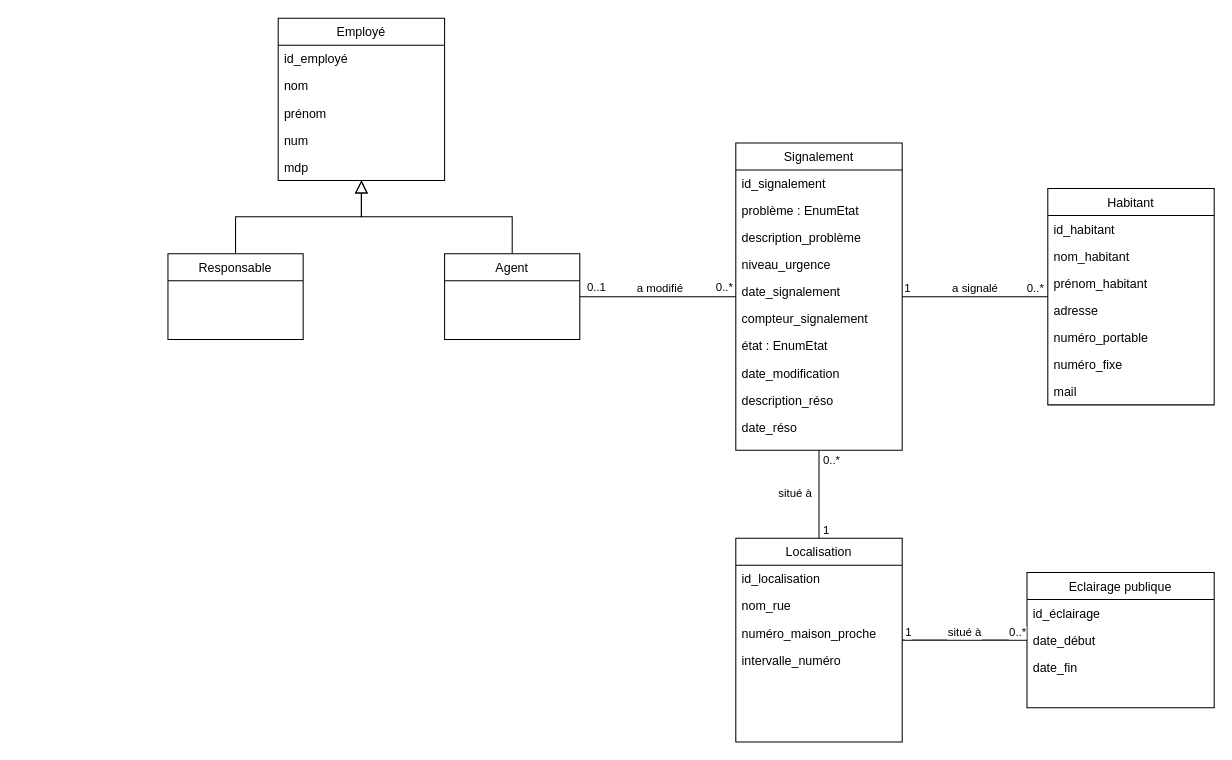
Earlier version of the draw.io diagram projet_v4.drawio (Igniiis/CSI_Projet). Source tidied: cells renumbered, new cells numbered last; positions are measured from the earlier drawing's top-left corner, leaving out a move shared by most shapes. Both pictures are drawn from the tidied source at 104%, with x=0, y=0 at pixel (167, 18).
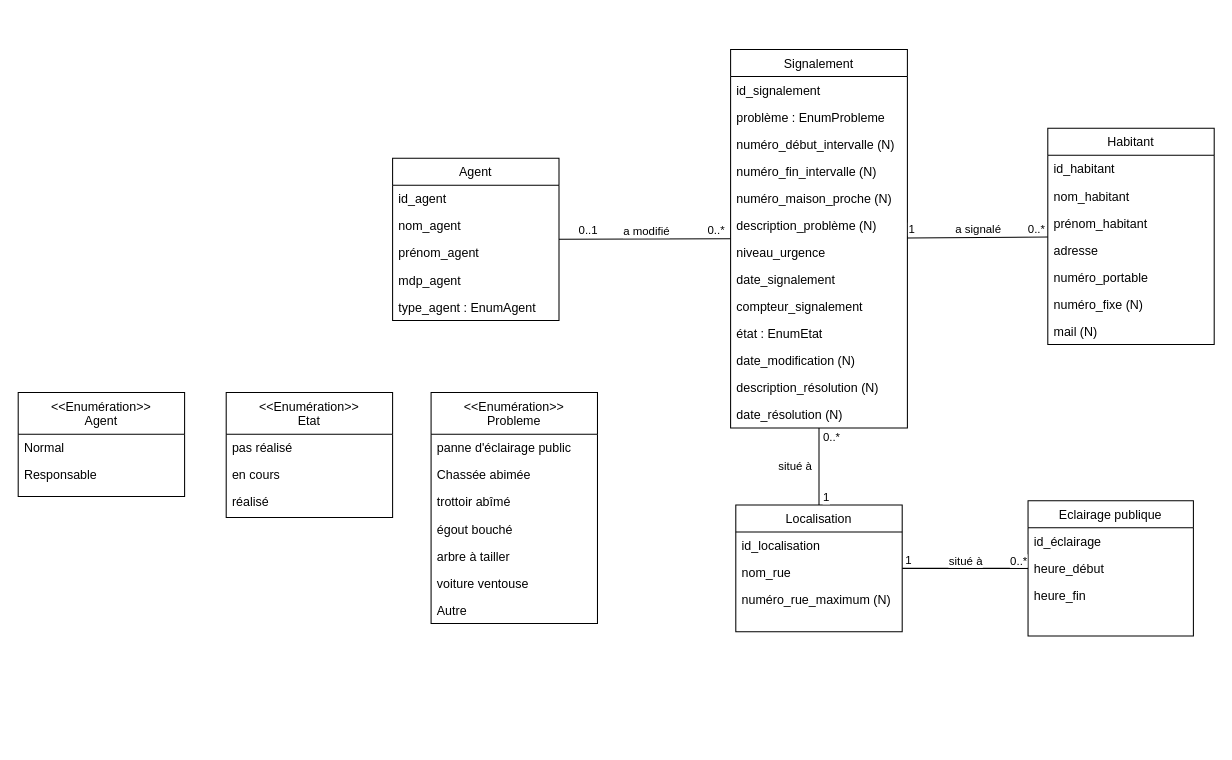
After the change.

Commit message:
Mettre à jour projet_v4.drawio

The change refers to these unchanged cells:
```xml
<mxCell id="27" style="endArrow=none;html=1;rounded=0;" parent="1" edge="1" source="3" target="14">
  <mxGeometry relative="1" as="geometry" />
</mxCell>
<mxCell id="48" style="endArrow=none;html=1;rounded=0;" parent="1" edge="1" source="43" target="23">
  <mxGeometry relative="1" as="geometry" />
</mxCell>
<mxCell id="52" style="endArrow=none;html=1;rounded=0;" parent="1" edge="1" source="43" target="3">
  <mxGeometry relative="1" as="geometry" />
</mxCell>
```

The edit, as a diff of the source:
```diff
@@
-    <mxCell id="2" style="endArrow=block;endSize=10;endFill=0;shadow=0;strokeWidth=1;rounded=0;edgeStyle=elbowEdgeStyle;elbow=vertical;" parent="1" edge="1" source="22" target="35">
-      <mxGeometry relative="1" as="geometry" />
-    </mxCell>
     <mxCell id="3" value="Signalement" style="swimlane;fontStyle=0;align=center;verticalAlign=top;horizontal=1;startSize=26;rounded=0;shadow=0;strokeWidth=1;" parent="1" vertex="1">
-      <mxGeometry x="546" y="120" width="160" height="295.5" as="geometry" />
+      <mxGeometry x="541" y="30" width="170" height="364" as="geometry" />
     </mxCell>
     <mxCell id="4" value="id_signalement" style="text;align=left;verticalAlign=top;spacingLeft=4;spacingRight=4;overflow=hidden;" parent="3" vertex="1">
-      <mxGeometry y="26" width="160" height="26" as="geometry" />
+      <mxGeometry y="26" width="170" height="26" as="geometry" />
     </mxCell>
-    <mxCell id="5" value="problème : EnumEtat" style="text;align=left;verticalAlign=top;spacingLeft=4;spacingRight=4;overflow=hidden;rounded=0;shadow=0;html=0;" parent="3" vertex="1">
-      <mxGeometry y="52" width="160" height="26" as="geometry" />
+    <mxCell id="5" value="problème : EnumProbleme" style="text;align=left;verticalAlign=top;spacingLeft=4;spacingRight=4;overflow=hidden;rounded=0;shadow=0;html=0;" parent="3" vertex="1">
+      <mxGeometry y="52" width="170" height="26" as="geometry" />
     </mxCell>
+    <mxCell id="56" value="numéro_début_intervalle (N)" style="text;align=left;verticalAlign=top;spacingLeft=4;spacingRight=4;overflow=hidden;" parent="3" vertex="1">
+      <mxGeometry y="78" width="170" height="26" as="geometry" />
+    </mxCell>
+    <mxCell id="57" value="numéro_fin_intervalle (N)" style="text;align=left;verticalAlign=top;spacingLeft=4;spacingRight=4;overflow=hidden;" parent="3" vertex="1">
+      <mxGeometry y="104" width="170" height="26" as="geometry" />
+    </mxCell>
+    <mxCell id="46" value="numéro_maison_proche (N)" style="text;align=left;verticalAlign=top;spacingLeft=4;spacingRight=4;overflow=hidden;rounded=0;shadow=0;html=0;" parent="3" vertex="1">
+      <mxGeometry y="130" width="170" height="26" as="geometry" />
+    </mxCell>
-    <mxCell id="6" value="description_problème" style="text;align=left;verticalAlign=top;spacingLeft=4;spacingRight=4;overflow=hidden;rounded=0;shadow=0;html=0;" parent="3" vertex="1">
-      <mxGeometry y="78" width="160" height="26" as="geometry" />
+    <mxCell id="6" value="description_problème (N)" style="text;align=left;verticalAlign=top;spacingLeft=4;spacingRight=4;overflow=hidden;rounded=0;shadow=0;html=0;" parent="3" vertex="1">
+      <mxGeometry y="156" width="170" height="26" as="geometry" />
     </mxCell>
     <mxCell id="7" value="niveau_urgence" style="text;align=left;verticalAlign=top;spacingLeft=4;spacingRight=4;overflow=hidden;" parent="3" vertex="1">
-      <mxGeometry y="104" width="160" height="26" as="geometry" />
+      <mxGeometry y="182" width="170" height="26" as="geometry" />
     </mxCell>
     <mxCell id="8" value="date_signalement" style="text;align=left;verticalAlign=top;spacingLeft=4;spacingRight=4;overflow=hidden;" parent="3" vertex="1">
-      <mxGeometry y="130" width="160" height="26" as="geometry" />
+      <mxGeometry y="208" width="170" height="26" as="geometry" />
     </mxCell>
     <mxCell id="9" value="compteur_signalement" style="text;align=left;verticalAlign=top;spacingLeft=4;spacingRight=4;overflow=hidden;" parent="3" vertex="1">
-      <mxGeometry y="156" width="160" height="26" as="geometry" />
+      <mxGeometry y="234" width="170" height="26" as="geometry" />
     </mxCell>
     <mxCell id="10" value="état : EnumEtat" style="text;align=left;verticalAlign=top;spacingLeft=4;spacingRight=4;overflow=hidden;" parent="3" vertex="1">
-      <mxGeometry y="182" width="160" height="26" as="geometry" />
+      <mxGeometry y="260" width="170" height="26" as="geometry" />
     </mxCell>
-    <mxCell id="11" value="date_modification" style="text;align=left;verticalAlign=top;spacingLeft=4;spacingRight=4;overflow=hidden;" parent="3" vertex="1">
-      <mxGeometry y="208" width="160" height="26" as="geometry" />
+    <mxCell id="11" value="date_modification (N)" style="text;align=left;verticalAlign=top;spacingLeft=4;spacingRight=4;overflow=hidden;" parent="3" vertex="1">
+      <mxGeometry y="286" width="170" height="26" as="geometry" />
     </mxCell>
-    <mxCell id="12" value="description_réso" style="text;align=left;verticalAlign=top;spacingLeft=4;spacingRight=4;overflow=hidden;" parent="3" vertex="1">
-      <mxGeometry y="234" width="160" height="26" as="geometry" />
+    <mxCell id="12" value="description_résolution (N)" style="text;align=left;verticalAlign=top;spacingLeft=4;spacingRight=4;overflow=hidden;" parent="3" vertex="1">
+      <mxGeometry y="312" width="170" height="26" as="geometry" />
     </mxCell>
-    <mxCell id="13" value="date_réso" style="text;align=left;verticalAlign=top;spacingLeft=4;spacingRight=4;overflow=hidden;" parent="3" vertex="1">
-      <mxGeometry y="260" width="160" height="26" as="geometry" />
+    <mxCell id="13" value="date_résolution (N)" style="text;align=left;verticalAlign=top;spacingLeft=4;spacingRight=4;overflow=hidden;" parent="3" vertex="1">
+      <mxGeometry y="338" width="170" height="26" as="geometry" />
     </mxCell>
     <mxCell id="14" value="Habitant" style="swimlane;fontStyle=0;align=center;verticalAlign=top;horizontal=1;startSize=26;rounded=0;shadow=0;strokeWidth=1;" parent="1" vertex="1">
-      <mxGeometry x="846" y="163.8" width="160" height="208" as="geometry" />
+      <mxGeometry x="846" y="105.8" width="160" height="208" as="geometry" />
     </mxCell>
@@
-    <mxCell id="20" value="numéro_fixe" style="text;align=left;verticalAlign=top;spacingLeft=4;spacingRight=4;overflow=hidden;" parent="14" vertex="1">
+    <mxCell id="20" value="numéro_fixe (N)" style="text;align=left;verticalAlign=top;spacingLeft=4;spacingRight=4;overflow=hidden;" parent="14" vertex="1">
       <mxGeometry y="156" width="160" height="26" as="geometry" />
     </mxCell>
-    <mxCell id="21" value="mail" style="text;align=left;verticalAlign=top;spacingLeft=4;spacingRight=4;overflow=hidden;" parent="14" vertex="1">
+    <mxCell id="21" value="mail (N)" style="text;align=left;verticalAlign=top;spacingLeft=4;spacingRight=4;overflow=hidden;" parent="14" vertex="1">
       <mxGeometry y="182" width="160" height="26" as="geometry" />
     </mxCell>
-    <mxCell id="22" value="Agent" style="swimlane;fontStyle=0;align=center;verticalAlign=top;horizontal=1;startSize=26;rounded=0;shadow=0;strokeWidth=1;" parent="1" vertex="1">
-      <mxGeometry x="266" y="226.5" width="130" height="82.5" as="geometry" />
-    </mxCell>
     <mxCell id="23" value="Eclairage publique" style="swimlane;fontStyle=0;align=center;verticalAlign=top;horizontal=1;startSize=26;rounded=0;shadow=0;strokeWidth=1;" parent="1" vertex="1">
-      <mxGeometry x="826" y="533" width="180" height="130" as="geometry" />
+      <mxGeometry x="827" y="464" width="159" height="130" as="geometry" />
     </mxCell>
     <mxCell id="24" value="id_éclairage" style="text;align=left;verticalAlign=top;spacingLeft=4;spacingRight=4;overflow=hidden;" parent="23" vertex="1">
-      <mxGeometry y="26" width="180" height="26" as="geometry" />
+      <mxGeometry y="26" width="159" height="26" as="geometry" />
     </mxCell>
-    <mxCell id="25" value="date_début" style="text;align=left;verticalAlign=top;spacingLeft=4;spacingRight=4;overflow=hidden;rounded=0;shadow=0;html=0;" parent="23" vertex="1">
-      <mxGeometry y="52" width="180" height="26" as="geometry" />
+    <mxCell id="25" value="heure_début" style="text;align=left;verticalAlign=top;spacingLeft=4;spacingRight=4;overflow=hidden;rounded=0;shadow=0;html=0;" parent="23" vertex="1">
+      <mxGeometry y="52" width="159" height="26" as="geometry" />
     </mxCell>
-    <mxCell id="26" value="date_fin" style="text;align=left;verticalAlign=top;spacingLeft=4;spacingRight=4;overflow=hidden;rounded=0;shadow=0;html=0;" parent="23" vertex="1">
-      <mxGeometry y="78" width="180" height="26" as="geometry" />
+    <mxCell id="26" value="heure_fin" style="text;align=left;verticalAlign=top;spacingLeft=4;spacingRight=4;overflow=hidden;rounded=0;shadow=0;html=0;" parent="23" vertex="1">
+      <mxGeometry y="78" width="159" height="26" as="geometry" />
     </mxCell>
@@
     <mxCell id="28" value="1" style="edgeLabel;html=1;align=center;verticalAlign=middle;" parent="27" vertex="1">
       <mxGeometry x="0.76" y="1" relative="1" as="geometry">
-        <mxPoint x="-119" y="-7" as="offset" />
+        <mxPoint x="-115" y="-7" as="offset" />
       </mxGeometry>
     </mxCell>
@@
-    <mxCell id="31" style="endArrow=none;html=1;rounded=0;" parent="1" edge="1" source="22" target="3">
+    <mxCell id="31" style="endArrow=none;html=1;rounded=0;" parent="1" edge="1" source="35" target="3">
       <mxGeometry relative="1" as="geometry" />
     </mxCell>
@@
-    <mxCell id="35" value="Employé" style="swimlane;fontStyle=0;align=center;verticalAlign=top;horizontal=1;startSize=26;rounded=0;shadow=0;strokeWidth=1;" parent="1" vertex="1">
-      <mxGeometry x="106" width="160" height="156" as="geometry" />
+    <mxCell id="35" value="Agent" style="swimlane;fontStyle=0;align=center;verticalAlign=top;horizontal=1;startSize=26;rounded=0;shadow=0;strokeWidth=1;" parent="1" vertex="1">
+      <mxGeometry x="216" y="134.6" width="160" height="156" as="geometry" />
     </mxCell>
-    <mxCell id="36" value="id_employé" style="text;align=left;verticalAlign=top;spacingLeft=4;spacingRight=4;overflow=hidden;" parent="35" vertex="1">
+    <mxCell id="36" value="id_agent" style="text;align=left;verticalAlign=top;spacingLeft=4;spacingRight=4;overflow=hidden;" parent="35" vertex="1">
       <mxGeometry y="26" width="160" height="26" as="geometry" />
     </mxCell>
-    <mxCell id="37" value="nom" style="text;align=left;verticalAlign=top;spacingLeft=4;spacingRight=4;overflow=hidden;" parent="35" vertex="1">
+    <mxCell id="37" value="nom_agent" style="text;align=left;verticalAlign=top;spacingLeft=4;spacingRight=4;overflow=hidden;" parent="35" vertex="1">
       <mxGeometry y="52" width="160" height="26" as="geometry" />
     </mxCell>
-    <mxCell id="38" value="prénom" style="text;align=left;verticalAlign=top;spacingLeft=4;spacingRight=4;overflow=hidden;" parent="35" vertex="1">
+    <mxCell id="38" value="prénom_agent" style="text;align=left;verticalAlign=top;spacingLeft=4;spacingRight=4;overflow=hidden;" parent="35" vertex="1">
       <mxGeometry y="78" width="160" height="26" as="geometry" />
     </mxCell>
-    <mxCell id="39" value="num" style="text;align=left;verticalAlign=top;spacingLeft=4;spacingRight=4;overflow=hidden;" parent="35" vertex="1">
-      <mxGeometry y="104" width="160" height="26" as="geometry" />
-    </mxCell>
-    <mxCell id="40" value="mdp" style="text;align=left;verticalAlign=top;spacingLeft=4;spacingRight=4;overflow=hidden;" parent="35" vertex="1">
-      <mxGeometry y="130" width="160" height="26" as="geometry" />
+    <mxCell id="40" value="mdp_agent" style="text;align=left;verticalAlign=top;spacingLeft=4;spacingRight=4;overflow=hidden;" parent="35" vertex="1">
+      <mxGeometry y="104" width="160" height="26" as="geometry" />
     </mxCell>
-    <mxCell id="41" style="endArrow=block;endSize=10;endFill=0;shadow=0;strokeWidth=1;rounded=0;edgeStyle=elbowEdgeStyle;elbow=vertical;" parent="1" edge="1" source="42" target="35">
-      <mxGeometry relative="1" as="geometry" />
-    </mxCell>
-    <mxCell id="42" value="Responsable" style="swimlane;fontStyle=0;align=center;verticalAlign=top;horizontal=1;startSize=26;rounded=0;shadow=0;strokeWidth=1;" parent="1" vertex="1">
-      <mxGeometry y="226.5" width="130" height="82.5" as="geometry" />
-    </mxCell>
+    <mxCell id="58" value="type_agent : EnumAgent" style="text;align=left;verticalAlign=top;spacingLeft=4;spacingRight=4;overflow=hidden;" parent="35" vertex="1">
+      <mxGeometry y="130" width="160" height="26" as="geometry" />
+    </mxCell>
     <mxCell id="43" value="Localisation" style="swimlane;fontStyle=0;align=center;verticalAlign=top;horizontal=1;startSize=26;rounded=0;shadow=0;strokeWidth=1;" parent="1" vertex="1">
-      <mxGeometry x="546" y="500" width="160" height="196" as="geometry" />
+      <mxGeometry x="546" y="468" width="160" height="122" as="geometry" />
     </mxCell>
@@
-    <mxCell id="46" value="numéro_maison_proche" style="text;align=left;verticalAlign=top;spacingLeft=4;spacingRight=4;overflow=hidden;rounded=0;shadow=0;html=0;" parent="43" vertex="1">
-      <mxGeometry y="78" width="160" height="26" as="geometry" />
-    </mxCell>
-    <mxCell id="47" value="intervalle_numéro" style="text;align=left;verticalAlign=top;spacingLeft=4;spacingRight=4;overflow=hidden;rounded=0;shadow=0;html=0;" parent="43" vertex="1">
-      <mxGeometry y="104" width="160" height="26" as="geometry" />
-    </mxCell>
+    <mxCell id="59" value="numéro_rue_maximum (N)" style="text;align=left;verticalAlign=top;spacingLeft=4;spacingRight=4;overflow=hidden;" parent="43" vertex="1">
+      <mxGeometry y="78" width="160" height="26" as="geometry" />
+    </mxCell>
@@
     <mxCell id="49" value="1" style="edgeLabel;html=1;align=center;verticalAlign=middle;" parent="48" vertex="1">
       <mxGeometry x="0.76" y="1" relative="1" as="geometry">
-        <mxPoint x="-101" y="-7" as="offset" />
+        <mxPoint x="-101" y="-8" as="offset" />
       </mxGeometry>
     </mxCell>
@@
     <mxCell id="53" value="1" style="edgeLabel;html=1;align=center;verticalAlign=middle;" parent="52" vertex="1">
       <mxGeometry x="0.76" y="1" relative="1" as="geometry">
-        <mxPoint x="7" y="65" as="offset" />
+        <mxPoint x="7" y="57" as="offset" />
       </mxGeometry>
     </mxCell>
@@
+    <mxCell id="60" value="&lt;&lt;Enumération&gt;&gt;&#10;Etat" style="swimlane;fontStyle=0;align=center;verticalAlign=top;horizontal=1;startSize=40;rounded=0;shadow=0;strokeWidth=1;" parent="1" vertex="1">
+      <mxGeometry x="56" y="360" width="160" height="120" as="geometry" />
+    </mxCell>
+    <mxCell id="61" value="pas réalisé" style="text;align=left;verticalAlign=top;spacingLeft=4;spacingRight=4;overflow=hidden;" parent="60" vertex="1">
+      <mxGeometry y="40" width="160" height="26" as="geometry" />
+    </mxCell>
+    <mxCell id="62" value="en cours" style="text;align=left;verticalAlign=top;spacingLeft=4;spacingRight=4;overflow=hidden;" parent="60" vertex="1">
+      <mxGeometry y="66" width="160" height="26" as="geometry" />
+    </mxCell>
+    <mxCell id="63" value="réalisé" style="text;align=left;verticalAlign=top;spacingLeft=4;spacingRight=4;overflow=hidden;" parent="60" vertex="1">
+      <mxGeometry y="92" width="160" height="26" as="geometry" />
+    </mxCell>
+    <mxCell id="64" value="&lt;&lt;Enumération&gt;&gt;&#10;Agent" style="swimlane;fontStyle=0;align=center;verticalAlign=top;horizontal=1;startSize=40;rounded=0;shadow=0;strokeWidth=1;" parent="1" vertex="1">
+      <mxGeometry x="-144" y="360" width="160" height="100" as="geometry" />
+    </mxCell>
+    <mxCell id="65" value="Normal" style="text;align=left;verticalAlign=top;spacingLeft=4;spacingRight=4;overflow=hidden;" parent="64" vertex="1">
+      <mxGeometry y="40" width="160" height="26" as="geometry" />
+    </mxCell>
+    <mxCell id="42" value="Responsable" style="text;align=left;verticalAlign=top;spacingLeft=4;spacingRight=4;overflow=hidden;points=[[0,0.5],[1,0.5]];portConstraint=eastwest;" parent="64" vertex="1">
+      <mxGeometry y="66" width="160" height="26" as="geometry" />
+    </mxCell>
+    <mxCell id="66" value="&lt;&lt;Enumération&gt;&gt;&#10;Probleme" style="swimlane;fontStyle=0;align=center;verticalAlign=top;horizontal=1;startSize=40;rounded=0;shadow=0;strokeWidth=1;" parent="1" vertex="1">
+      <mxGeometry x="253" y="360" width="160" height="222" as="geometry" />
+    </mxCell>
+    <mxCell id="67" value="panne d'éclairage public" style="text;align=left;verticalAlign=top;spacingLeft=4;spacingRight=4;overflow=hidden;" parent="66" vertex="1">
+      <mxGeometry y="40" width="160" height="26" as="geometry" />
+    </mxCell>
+    <mxCell id="68" value="Chassée abimée" style="text;align=left;verticalAlign=top;spacingLeft=4;spacingRight=4;overflow=hidden;" parent="66" vertex="1">
+      <mxGeometry y="66" width="160" height="26" as="geometry" />
+    </mxCell>
+    <mxCell id="69" value="trottoir abîmé" style="text;align=left;verticalAlign=top;spacingLeft=4;spacingRight=4;overflow=hidden;" parent="66" vertex="1">
+      <mxGeometry y="92" width="160" height="26" as="geometry" />
+    </mxCell>
+    <mxCell id="70" value="égout bouché" style="text;align=left;verticalAlign=top;spacingLeft=4;spacingRight=4;overflow=hidden;" parent="66" vertex="1">
+      <mxGeometry y="118" width="160" height="26" as="geometry" />
+    </mxCell>
+    <mxCell id="71" value="arbre à tailler" style="text;align=left;verticalAlign=top;spacingLeft=4;spacingRight=4;overflow=hidden;" parent="66" vertex="1">
+      <mxGeometry y="144" width="160" height="26" as="geometry" />
+    </mxCell>
+    <mxCell id="72" value="voiture ventouse" style="text;align=left;verticalAlign=top;spacingLeft=4;spacingRight=4;overflow=hidden;" parent="66" vertex="1">
+      <mxGeometry y="170" width="160" height="26" as="geometry" />
+    </mxCell>
+    <mxCell id="73" value="Autre" style="text;align=left;verticalAlign=top;spacingLeft=4;spacingRight=4;overflow=hidden;" parent="66" vertex="1">
+      <mxGeometry y="196" width="160" height="26" as="geometry" />
+    </mxCell>
```
